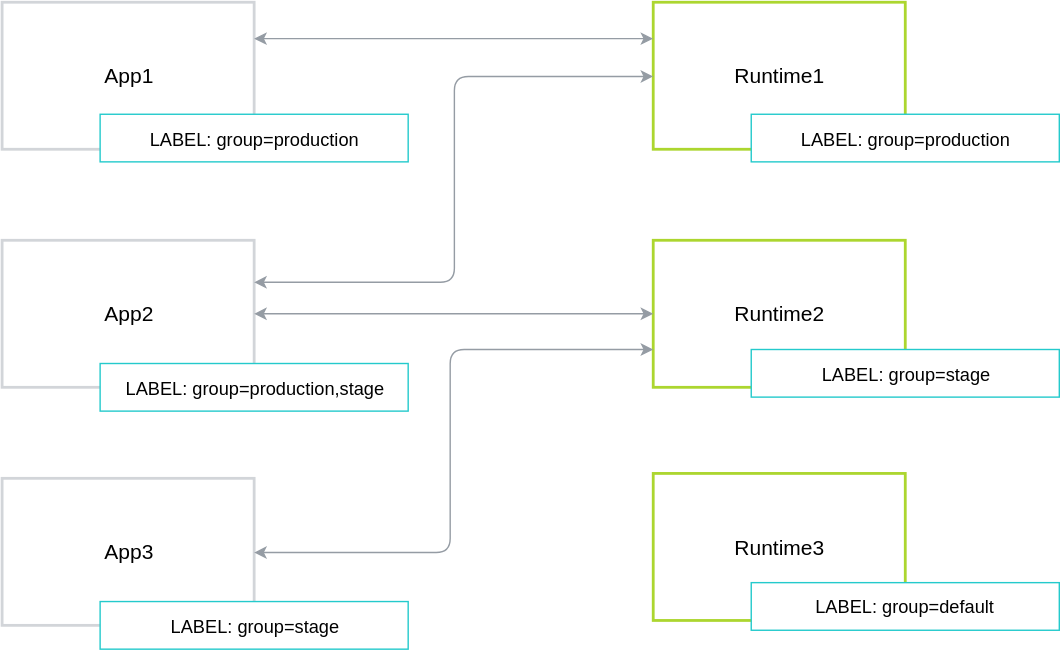
The draw.io diagram docs/architecture/assets/grouping.svg in kyma-incubator/compass, before a commit. Source tidied: cells renumbered, new cells last; positions are measured from the earlier drawing's top-left corner, leaving out a move shared by most shapes.
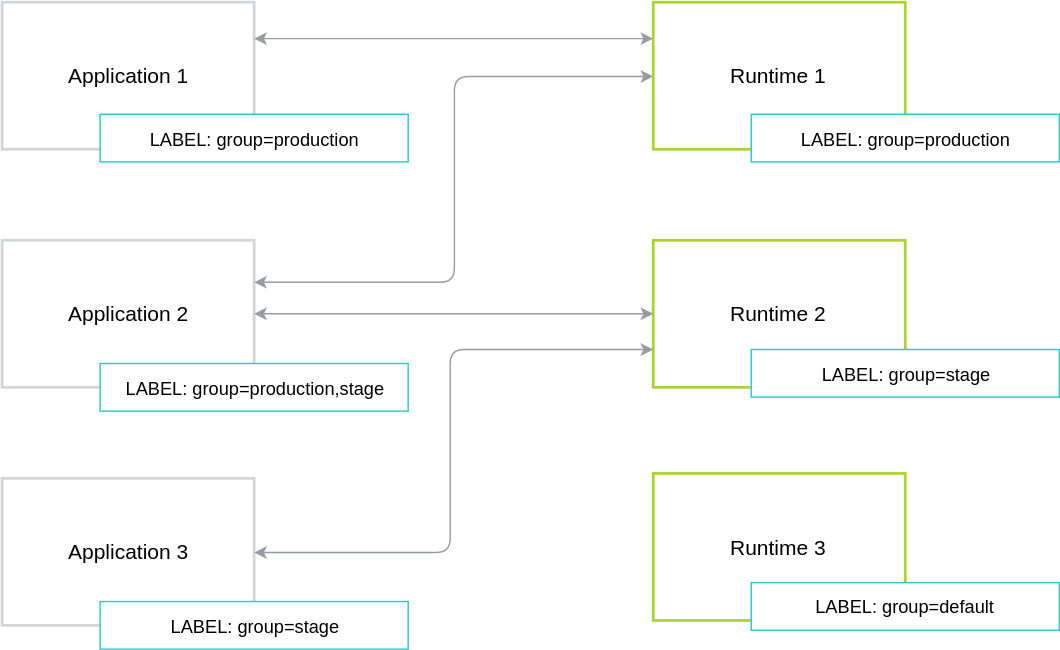
After the commit.

Change to the diagram source:
```diff
@@ -2,19 +2,19 @@
   <root>
     <mxCell id="0" />
     <mxCell id="1" parent="0" />
-    <mxCell id="2" value="&lt;font style=&quot;font-size: 15px&quot;&gt;App1&lt;/font&gt;" style="rounded=0;whiteSpace=wrap;html=1;strokeColor=#D2D5D9;strokeWidth=2;" parent="1" vertex="1">
+    <mxCell id="2" value="&lt;font style=&quot;font-size: 15px&quot;&gt;Application 1&lt;/font&gt;" style="rounded=0;whiteSpace=wrap;html=1;strokeColor=#D2D5D9;strokeWidth=2;" parent="1" vertex="1">
       <mxGeometry width="180" height="105" as="geometry" />
     </mxCell>
-    <mxCell id="3" value="&lt;font style=&quot;font-size: 15px&quot;&gt;App2&lt;/font&gt;" style="rounded=0;whiteSpace=wrap;html=1;strokeColor=#D2D5D9;strokeWidth=2;" parent="1" vertex="1">
+    <mxCell id="3" value="&lt;font style=&quot;font-size: 15px&quot;&gt;Application 2&lt;/font&gt;" style="rounded=0;whiteSpace=wrap;html=1;strokeColor=#D2D5D9;strokeWidth=2;" parent="1" vertex="1">
       <mxGeometry y="170" width="180" height="105" as="geometry" />
     </mxCell>
-    <mxCell id="4" value="&lt;font style=&quot;font-size: 15px&quot;&gt;App3&lt;/font&gt;" style="rounded=0;whiteSpace=wrap;html=1;strokeColor=#D2D5D9;strokeWidth=2;" parent="1" vertex="1">
+    <mxCell id="4" value="&lt;font style=&quot;font-size: 15px&quot;&gt;Application 3&lt;/font&gt;" style="rounded=0;whiteSpace=wrap;html=1;strokeColor=#D2D5D9;strokeWidth=2;" parent="1" vertex="1">
       <mxGeometry y="340" width="180" height="105" as="geometry" />
     </mxCell>
-    <mxCell id="5" value="&lt;font style=&quot;font-size: 15px&quot;&gt;Runtime1&lt;/font&gt;" style="rounded=0;whiteSpace=wrap;html=1;strokeColor=#ACD62F;strokeWidth=2;" parent="1" vertex="1">
+    <mxCell id="5" value="&lt;font style=&quot;font-size: 15px&quot;&gt;Runtime 1&lt;/font&gt;" style="rounded=0;whiteSpace=wrap;html=1;strokeColor=#ACD62F;strokeWidth=2;" parent="1" vertex="1">
       <mxGeometry x="465" width="180" height="105" as="geometry" />
     </mxCell>
-    <mxCell id="6" value="&lt;font style=&quot;font-size: 15px&quot;&gt;Runtime2&lt;/font&gt;" style="rounded=0;whiteSpace=wrap;html=1;strokeColor=#ACD62F;strokeWidth=2;" parent="1" vertex="1">
+    <mxCell id="6" value="&lt;font style=&quot;font-size: 15px&quot;&gt;Runtime 2&lt;/font&gt;" style="rounded=0;whiteSpace=wrap;html=1;strokeColor=#ACD62F;strokeWidth=2;" parent="1" vertex="1">
       <mxGeometry x="465" y="170" width="180" height="105" as="geometry" />
     </mxCell>
     <mxCell id="7" value="&lt;font style=&quot;font-size: 13px&quot;&gt;LABEL: group=production&lt;/font&gt;" style="rounded=0;whiteSpace=wrap;html=1;strokeColor=#24CACC;" parent="1" vertex="1">
@@ -32,7 +32,7 @@
     <mxCell id="11" value="&lt;font style=&quot;font-size: 13px&quot;&gt;LABEL: group=stage&lt;/font&gt;" style="rounded=0;whiteSpace=wrap;html=1;strokeColor=#24CACC;" parent="1" vertex="1">
       <mxGeometry x="535" y="248" width="220" height="34" as="geometry" />
     </mxCell>
-    <mxCell id="12" value="&lt;font style=&quot;font-size: 15px&quot;&gt;Runtime3&lt;/font&gt;" style="rounded=0;whiteSpace=wrap;html=1;strokeColor=#ACD62F;strokeWidth=2;" parent="1" vertex="1">
+    <mxCell id="12" value="&lt;font style=&quot;font-size: 15px&quot;&gt;Runtime 3&lt;/font&gt;" style="rounded=0;whiteSpace=wrap;html=1;strokeColor=#ACD62F;strokeWidth=2;" parent="1" vertex="1">
       <mxGeometry x="465" y="336.5" width="180" height="105" as="geometry" />
     </mxCell>
     <mxCell id="13" value="&lt;font style=&quot;font-size: 13px&quot;&gt;LABEL: group=default&lt;/font&gt;" style="rounded=0;whiteSpace=wrap;html=1;strokeColor=#24CACC;" parent="1" vertex="1">
```
